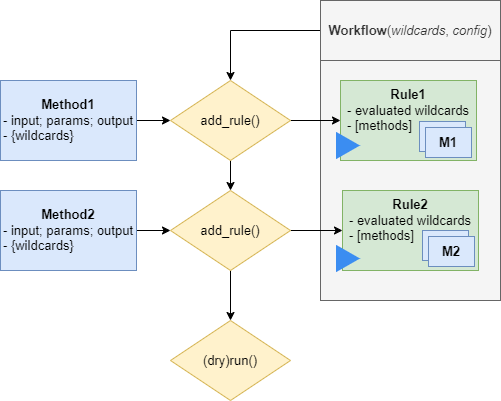
This is docs/_static/hydroflows_framework_run.png from Deltares-research/HydroFlows, a draw.io export, as it was before one commit. Source tidied: cells renumbered, new cells last; positions are measured from the earlier drawing's top-left corner, leaving out a move shared by most shapes. Source of this version:
```xml
<mxGraphModel>
  <root>
    <mxCell id="0" />
    <mxCell id="1" parent="0" />
    <mxCell id="2" style="rounded=0;whiteSpace=wrap;html=1;fillColor=#f5f5f5;strokeColor=#666666;fontColor=#333333;fontSize=13;" parent="1" vertex="1">
      <mxGeometry x="320" y="60" width="180" height="240" as="geometry" />
    </mxCell>
    <mxCell id="3" style="edgeStyle=orthogonalEdgeStyle;rounded=0;jettySize=auto;html=1;fontSize=13;" parent="1" edge="1" source="4" target="9">
      <mxGeometry relative="1" as="geometry" />
    </mxCell>
    <mxCell id="4" value="&lt;b&gt;Workflow&lt;/b&gt;(&lt;i&gt;wildcards&lt;/i&gt;, &lt;i&gt;config&lt;/i&gt;)" style="rounded=0;whiteSpace=wrap;html=1;fillColor=#f5f5f5;strokeColor=#666666;fontColor=#333333;fontSize=13;" parent="1" vertex="1">
      <mxGeometry x="320" width="180" height="60" as="geometry" />
    </mxCell>
    <mxCell id="5" style="edgeStyle=orthogonalEdgeStyle;rounded=0;jettySize=auto;html=1;fontSize=13;" parent="1" edge="1" source="6" target="9">
      <mxGeometry relative="1" as="geometry" />
    </mxCell>
    <mxCell id="6" value="&lt;b&gt;Method1&lt;/b&gt;&lt;div&gt;&lt;div style=&quot;text-align: left;&quot;&gt;- input; params; output&lt;/div&gt;&lt;div style=&quot;text-align: left;&quot;&gt;- {wildcards}&lt;/div&gt;&lt;/div&gt;" style="rounded=0;whiteSpace=wrap;html=1;fillColor=#dae8fc;strokeColor=#6c8ebf;fontSize=13;" parent="1" vertex="1">
      <mxGeometry y="80" width="136" height="80" as="geometry" />
    </mxCell>
    <mxCell id="7" style="edgeStyle=orthogonalEdgeStyle;rounded=0;jettySize=auto;html=1;fontSize=13;" parent="1" edge="1" source="9" target="12">
      <mxGeometry relative="1" as="geometry" />
    </mxCell>
    <mxCell id="8" style="edgeStyle=orthogonalEdgeStyle;rounded=0;jettySize=auto;html=1;fontSize=13;" parent="1" edge="1" source="9" target="15">
      <mxGeometry relative="1" as="geometry" />
    </mxCell>
    <mxCell id="9" value="add_rule()" style="rhombus;whiteSpace=wrap;html=1;rounded=0;fillColor=#fff2cc;strokeColor=#d6b656;fontSize=13;" parent="1" vertex="1">
      <mxGeometry x="170" y="80" width="120" height="80" as="geometry" />
    </mxCell>
    <mxCell id="10" style="edgeStyle=orthogonalEdgeStyle;rounded=0;jettySize=auto;html=1;entryX=0;entryY=0.5;entryDx=0;entryDy=0;fontSize=13;" parent="1" edge="1" source="12" target="16">
      <mxGeometry relative="1" as="geometry" />
    </mxCell>
    <mxCell id="11" style="edgeStyle=orthogonalEdgeStyle;rounded=0;jettySize=auto;html=1;fontSize=13;" parent="1" edge="1" source="12" target="21">
      <mxGeometry relative="1" as="geometry" />
    </mxCell>
    <mxCell id="12" value="add_rule()" style="rhombus;whiteSpace=wrap;html=1;rounded=0;fillColor=#fff2cc;strokeColor=#d6b656;fontSize=13;" parent="1" vertex="1">
      <mxGeometry x="170" y="190" width="120" height="80" as="geometry" />
    </mxCell>
    <mxCell id="13" style="edgeStyle=orthogonalEdgeStyle;rounded=0;jettySize=auto;html=1;fontSize=13;" parent="1" edge="1" source="14" target="12">
      <mxGeometry relative="1" as="geometry" />
    </mxCell>
    <mxCell id="14" value="&lt;b&gt;Method2&lt;/b&gt;&lt;div&gt;&lt;div style=&quot;text-align: left;&quot;&gt;- input; params; output&lt;/div&gt;&lt;div style=&quot;text-align: left;&quot;&gt;- {wildcards}&lt;/div&gt;&lt;/div&gt;" style="rounded=0;whiteSpace=wrap;html=1;fillColor=#dae8fc;strokeColor=#6c8ebf;fontSize=13;" parent="1" vertex="1">
      <mxGeometry y="190" width="136" height="80" as="geometry" />
    </mxCell>
    <mxCell id="15" value="&lt;b&gt;Rule1&lt;/b&gt;&lt;div&gt;&lt;div&gt;- evaluated wildcards&lt;/div&gt;&lt;div style=&quot;text-align: left;&quot;&gt;- [methods]&lt;br&gt;&lt;/div&gt;&lt;/div&gt;" style="rounded=0;whiteSpace=wrap;html=1;fillColor=#d5e8d4;strokeColor=#82b366;labelPosition=center;verticalLabelPosition=middle;align=center;verticalAlign=top;fontSize=13;" parent="1" vertex="1">
      <mxGeometry x="340" y="80" width="136" height="80" as="geometry" />
    </mxCell>
    <mxCell id="16" value="&lt;b&gt;Rule2&lt;/b&gt;&lt;div&gt;&lt;div style=&quot;text-align: left;&quot;&gt;- evaluated wildcards&lt;/div&gt;&lt;div style=&quot;text-align: left;&quot;&gt;- [methods]&lt;br&gt;&lt;/div&gt;&lt;/div&gt;" style="rounded=0;whiteSpace=wrap;html=1;fillColor=#d5e8d4;strokeColor=#82b366;verticalAlign=top;align=center;fontSize=13;" parent="1" vertex="1">
      <mxGeometry x="342" y="190" width="136" height="80" as="geometry" />
    </mxCell>
    <mxCell id="17" value="&lt;b&gt;M1&lt;/b&gt;" style="rounded=0;whiteSpace=wrap;html=1;fillColor=#dae8fc;strokeColor=#6c8ebf;fontSize=13;" parent="1" vertex="1">
      <mxGeometry x="419" y="121" width="46" height="30" as="geometry" />
    </mxCell>
    <mxCell id="18" value="&lt;b&gt;M1&lt;/b&gt;" style="rounded=0;whiteSpace=wrap;html=1;fillColor=#dae8fc;strokeColor=#6c8ebf;fontSize=13;" parent="1" vertex="1">
      <mxGeometry x="425" y="127" width="46" height="30" as="geometry" />
    </mxCell>
    <mxCell id="19" value="&lt;b&gt;M1&lt;/b&gt;" style="rounded=0;whiteSpace=wrap;html=1;fillColor=#dae8fc;strokeColor=#6c8ebf;fontSize=13;" parent="1" vertex="1">
      <mxGeometry x="422" y="230" width="46" height="30" as="geometry" />
    </mxCell>
    <mxCell id="20" value="&lt;b&gt;M2&lt;/b&gt;" style="rounded=0;whiteSpace=wrap;html=1;fillColor=#dae8fc;strokeColor=#6c8ebf;fontSize=13;" parent="1" vertex="1">
      <mxGeometry x="428" y="236" width="46" height="30" as="geometry" />
    </mxCell>
    <mxCell id="21" value="(dry)run()" style="rhombus;whiteSpace=wrap;html=1;rounded=0;fillColor=#fff2cc;strokeColor=#d6b656;fontSize=13;" parent="1" vertex="1">
      <mxGeometry x="170" y="320" width="120" height="80" as="geometry" />
    </mxCell>
    <mxCell id="22" style="html=1;verticalLabelPosition=bottom;align=center;labelBackgroundColor=#ffffff;verticalAlign=top;strokeWidth=2;strokeColor=light-dark(#3b8df1, #5c79a3);shadow=0;dashed=0;shape=mxgraph.ios7.icons.play;fillColor=light-dark(#3b8df1, #1d293b);fontSize=13;" parent="1" vertex="1">
      <mxGeometry x="336.5" y="246" width="21" height="24" as="geometry" />
    </mxCell>
    <mxCell id="23" style="html=1;verticalLabelPosition=bottom;align=center;labelBackgroundColor=#ffffff;verticalAlign=top;strokeWidth=2;strokeColor=light-dark(#3b8df1, #5c79a3);shadow=0;dashed=0;shape=mxgraph.ios7.icons.play;fillColor=light-dark(#3b8df1, #1d293b);fontSize=13;" parent="1" vertex="1">
      <mxGeometry x="336.5" y="133" width="21" height="24" as="geometry" />
    </mxCell>
  </root>
</mxGraphModel>
```
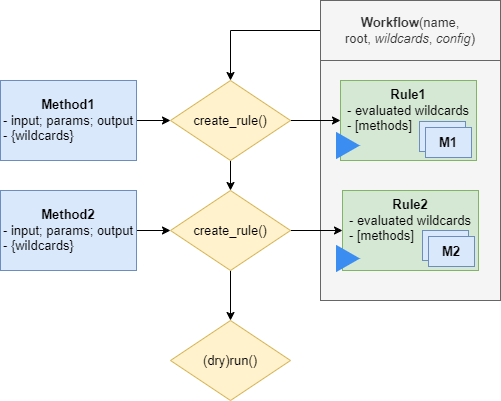
Above is the later version.

Change to the diagram source:
```diff
@@ -8,7 +8,7 @@
     <mxCell id="3" style="edgeStyle=orthogonalEdgeStyle;rounded=0;jettySize=auto;html=1;fontSize=13;" parent="1" edge="1" source="4" target="9">
       <mxGeometry relative="1" as="geometry" />
     </mxCell>
-    <mxCell id="4" value="&lt;b&gt;Workflow&lt;/b&gt;(&lt;i&gt;wildcards&lt;/i&gt;, &lt;i&gt;config&lt;/i&gt;)" style="rounded=0;whiteSpace=wrap;html=1;fillColor=#f5f5f5;strokeColor=#666666;fontColor=#333333;fontSize=13;" parent="1" vertex="1">
+    <mxCell id="4" value="&lt;b&gt;Workflow&lt;/b&gt;(name, root,&amp;nbsp;&lt;i&gt;wildcards&lt;/i&gt;, &lt;i&gt;config&lt;/i&gt;)" style="rounded=0;whiteSpace=wrap;html=1;fillColor=#f5f5f5;strokeColor=#666666;fontColor=#333333;fontSize=13;" parent="1" vertex="1">
       <mxGeometry x="320" width="180" height="60" as="geometry" />
     </mxCell>
     <mxCell id="5" style="edgeStyle=orthogonalEdgeStyle;rounded=0;jettySize=auto;html=1;fontSize=13;" parent="1" edge="1" source="6" target="9">
@@ -23,7 +23,7 @@
     <mxCell id="8" style="edgeStyle=orthogonalEdgeStyle;rounded=0;jettySize=auto;html=1;fontSize=13;" parent="1" edge="1" source="9" target="15">
       <mxGeometry relative="1" as="geometry" />
     </mxCell>
-    <mxCell id="9" value="add_rule()" style="rhombus;whiteSpace=wrap;html=1;rounded=0;fillColor=#fff2cc;strokeColor=#d6b656;fontSize=13;" parent="1" vertex="1">
+    <mxCell id="9" value="create_rule()" style="rhombus;whiteSpace=wrap;html=1;rounded=0;fillColor=#fff2cc;strokeColor=#d6b656;fontSize=13;" parent="1" vertex="1">
       <mxGeometry x="170" y="80" width="120" height="80" as="geometry" />
     </mxCell>
     <mxCell id="10" style="edgeStyle=orthogonalEdgeStyle;rounded=0;jettySize=auto;html=1;entryX=0;entryY=0.5;entryDx=0;entryDy=0;fontSize=13;" parent="1" edge="1" source="12" target="16">
@@ -32,7 +32,7 @@
     <mxCell id="11" style="edgeStyle=orthogonalEdgeStyle;rounded=0;jettySize=auto;html=1;fontSize=13;" parent="1" edge="1" source="12" target="21">
       <mxGeometry relative="1" as="geometry" />
     </mxCell>
-    <mxCell id="12" value="add_rule()" style="rhombus;whiteSpace=wrap;html=1;rounded=0;fillColor=#fff2cc;strokeColor=#d6b656;fontSize=13;" parent="1" vertex="1">
+    <mxCell id="12" value="create_rule()" style="rhombus;whiteSpace=wrap;html=1;rounded=0;fillColor=#fff2cc;strokeColor=#d6b656;fontSize=13;" parent="1" vertex="1">
       <mxGeometry x="170" y="190" width="120" height="80" as="geometry" />
     </mxCell>
     <mxCell id="13" style="edgeStyle=orthogonalEdgeStyle;rounded=0;jettySize=auto;html=1;fontSize=13;" parent="1" edge="1" source="14" target="12">
```
